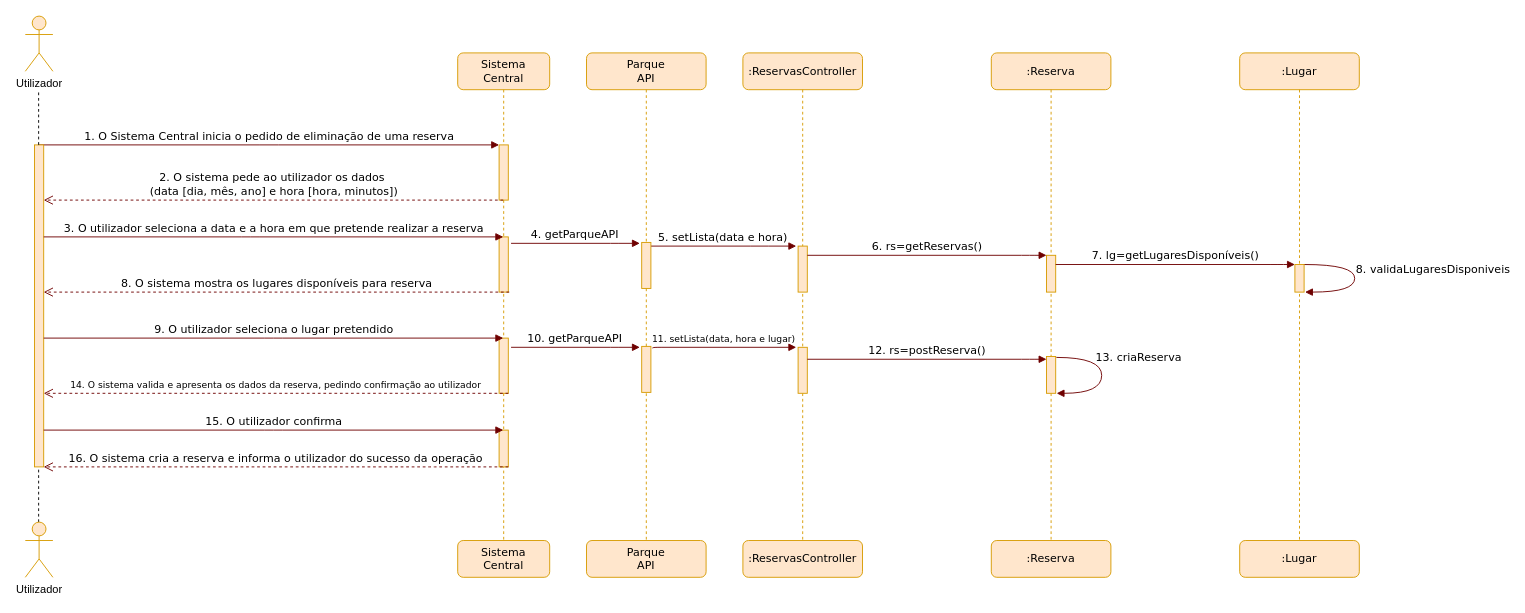
This is User Stories/UC11/DiagramaSequência_UC11.drawio from PauloTor/UPskillDOTNET, a draw.io file, before an edit. Source tidied: cells renumbered, new cells numbered last; positions are measured from the earlier drawing's top-left corner, leaving out a move shared by most shapes. Both pictures are drawn from the tidied source at 92%, with x=0, y=0 at pixel (25, 16).
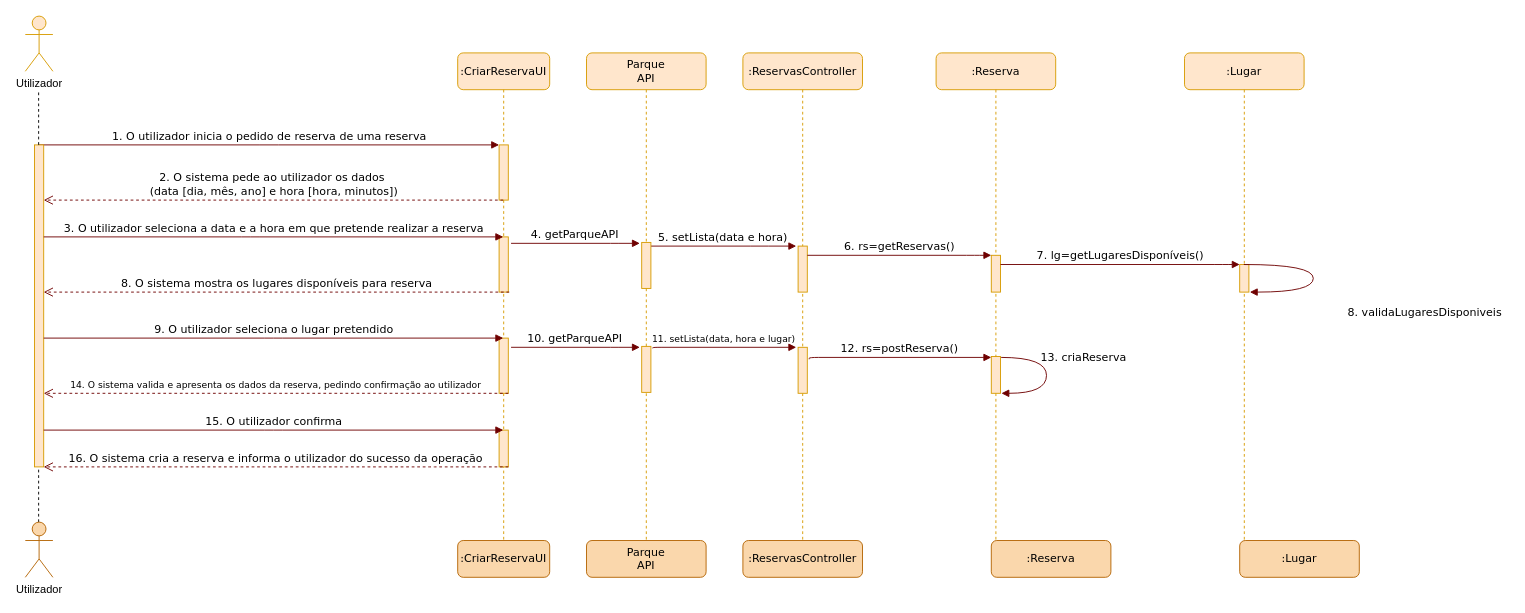
After the change.

Unchanged cells that the change refers to:
```xml
<mxCell id="3" style="html=1;points=[];perimeter=orthogonalPerimeter;rounded=0;shadow=0;comic=0;labelBackgroundColor=none;strokeWidth=1;fontFamily=Verdana;fontSize=12;align=center;fillColor=#ffe6cc;strokeColor=#d79b00;" parent="2" vertex="1">
  <mxGeometry x="45" y="100" width="10" height="60" as="geometry" />
</mxCell>
<mxCell id="13" style="html=1;points=[];perimeter=orthogonalPerimeter;rounded=0;shadow=0;comic=0;labelBackgroundColor=none;strokeWidth=1;fontFamily=Verdana;fontSize=12;align=center;fillColor=#ffe6cc;strokeColor=#d79b00;" parent="11" vertex="1">
  <mxGeometry x="60" y="320" width="10" height="50" as="geometry" />
</mxCell>
<mxCell id="23" style="html=1;points=[];perimeter=orthogonalPerimeter;rounded=0;shadow=0;comic=0;labelBackgroundColor=none;strokeWidth=1;fontFamily=Verdana;fontSize=12;align=center;fillColor=#ffe6cc;strokeColor=#d79b00;" parent="22" vertex="1">
  <mxGeometry x="60" y="230" width="10" height="30" as="geometry" />
</mxCell>
```

What changed in the source:
```diff
@@
-    <mxCell id="2" value="Sistema&lt;br&gt;Central" style="shape=umlLifeline;perimeter=lifelinePerimeter;whiteSpace=wrap;html=1;outlineConnect=0;rounded=1;shadow=0;comic=0;labelBackgroundColor=none;strokeWidth=1;fontFamily=Verdana;fontSize=12;align=center;fillColor=#ffe6cc;strokeColor=#d79b00;" parent="1" vertex="1">
+    <mxCell id="2" value=":CriarReservaUI" style="shape=umlLifeline;perimeter=lifelinePerimeter;whiteSpace=wrap;html=1;outlineConnect=0;rounded=1;shadow=0;comic=0;labelBackgroundColor=none;strokeWidth=1;fontFamily=Verdana;fontSize=12;align=center;fillColor=#ffe6cc;strokeColor=#d79b00;" parent="1" vertex="1">
       <mxGeometry x="470" y="40" width="100" height="530" as="geometry" />
     </mxCell>
@@
-    <mxCell id="8" value="1. O Sistema Central inicia o pedido de eliminação de uma reserva" style="html=1;verticalAlign=bottom;endArrow=block;entryX=0;entryY=0;labelBackgroundColor=none;fontFamily=Verdana;fontSize=12;edgeStyle=elbowEdgeStyle;elbow=vertical;fillColor=#a20025;strokeColor=#6F0000;" parent="1" edge="1" target="3">
+    <mxCell id="8" value="1. O utilizador inicia o pedido de reserva de uma reserva" style="html=1;verticalAlign=bottom;endArrow=block;entryX=0;entryY=0;labelBackgroundColor=none;fontFamily=Verdana;fontSize=12;edgeStyle=elbowEdgeStyle;elbow=vertical;fillColor=#a20025;strokeColor=#6F0000;" parent="1" edge="1" target="3">
       <mxGeometry relative="1" as="geometry">
         <mxPoint x="15" y="140" as="sourcePoint" />
       </mxGeometry>
     </mxCell>
-    <mxCell id="9" value="8. validaLugaresDisponiveis" style="html=1;verticalAlign=bottom;endArrow=block;labelBackgroundColor=none;fontFamily=Verdana;fontSize=12;elbow=vertical;edgeStyle=orthogonalEdgeStyle;curved=1;entryX=1.1;entryY=1;entryPerimeter=0;exitX=1.038;exitY=0.345;exitPerimeter=0;entryDx=0;entryDy=0;fillColor=#a20025;strokeColor=#6F0000;" parent="1" edge="1" target="23">
-      <mxGeometry x="0.01" y="85" relative="1" as="geometry">
-        <mxPoint x="1390" y="270" as="sourcePoint" />
-        <Array as="points">
-          <mxPoint x="1445" y="270" />
-          <mxPoint x="1445" y="300" />
-        </Array>
-      </mxGeometry>
-    </mxCell>
     <mxCell id="10" value="13. criaReserva" style="html=1;verticalAlign=bottom;endArrow=block;labelBackgroundColor=none;fontFamily=Verdana;fontSize=12;elbow=vertical;edgeStyle=orthogonalEdgeStyle;curved=1;exitX=1.066;exitY=0.713;exitPerimeter=0;fillColor=#a20025;strokeColor=#6F0000;" parent="1" edge="1">
       <mxGeometry x="-0.15" y="40" relative="1" as="geometry">
-        <mxPoint x="1120.7" y="371" as="sourcePoint" />
-        <mxPoint x="1121" y="410" as="targetPoint" />
+        <mxPoint x="1060.7" y="371" as="sourcePoint" />
+        <mxPoint x="1061" y="410" as="targetPoint" />
         <Array as="points">
-          <mxPoint x="1170" y="371.1" />
-          <mxPoint x="1170" y="410.1" />
+          <mxPoint x="1110" y="371.1" />
+          <mxPoint x="1110" y="410.1" />
         </Array>
       </mxGeometry>
     </mxCell>
@@
     <mxCell id="19" value=":Reserva" style="shape=umlLifeline;perimeter=lifelinePerimeter;whiteSpace=wrap;html=1;rounded=1;shadow=0;comic=0;labelBackgroundColor=none;strokeWidth=1;fontFamily=Verdana;fontSize=12;align=center;fillColor=#ffe6cc;strokeColor=#d79b00;" parent="1" vertex="1">
-      <mxGeometry x="1050" y="40" width="130" height="530" as="geometry" />
+      <mxGeometry x="990" y="40" width="130" height="530" as="geometry" />
     </mxCell>
@@
     <mxCell id="22" value=":Lugar" style="shape=umlLifeline;perimeter=lifelinePerimeter;whiteSpace=wrap;html=1;outlineConnect=0;rounded=1;shadow=0;comic=0;labelBackgroundColor=none;strokeWidth=1;fontFamily=Verdana;fontSize=12;align=center;fillColor=#ffe6cc;strokeColor=#d79b00;" parent="1" vertex="1">
-      <mxGeometry x="1320" y="40" width="130" height="540" as="geometry" />
+      <mxGeometry x="1260" y="40" width="130" height="540" as="geometry" />
     </mxCell>
@@
+    <mxCell id="9" value="8. validaLugaresDisponiveis" style="html=1;verticalAlign=bottom;endArrow=block;labelBackgroundColor=none;fontFamily=Verdana;fontSize=12;elbow=vertical;edgeStyle=orthogonalEdgeStyle;curved=1;entryX=1.1;entryY=1;entryPerimeter=0;entryDx=0;entryDy=0;fillColor=#a20025;strokeColor=#6F0000;" parent="22" edge="1" source="22" target="23">
+      <mxGeometry x="-0.13" y="60" relative="1" as="geometry">
+        <Array as="points">
+          <mxPoint x="140" y="230" />
+          <mxPoint x="140" y="260" />
+        </Array>
+        <mxPoint x="61" y="60" as="offset" />
+      </mxGeometry>
+    </mxCell>
@@
     <mxCell id="25" value="6. rs=getReservas()" style="html=1;verticalAlign=bottom;endArrow=block;labelBackgroundColor=none;fontFamily=Verdana;fontSize=12;edgeStyle=elbowEdgeStyle;elbow=vertical;fillColor=#a20025;strokeColor=#6F0000;" parent="1" edge="1">
       <mxGeometry relative="1" as="geometry">
         <mxPoint x="850" y="260" as="sourcePoint" />
-        <mxPoint x="1110" y="260" as="targetPoint" />
+        <mxPoint x="1050" y="260" as="targetPoint" />
         <Array as="points">
-          <mxPoint x="1093" y="260" />
-          <mxPoint x="1083" y="270" />
+          <mxPoint x="1033" y="260" />
+          <mxPoint x="1023" y="270" />
         </Array>
       </mxGeometry>
     </mxCell>
     <mxCell id="26" value="7. lg=getLugaresDisponíveis()" style="html=1;verticalAlign=bottom;endArrow=block;labelBackgroundColor=none;fontFamily=Verdana;fontSize=12;edgeStyle=elbowEdgeStyle;elbow=vertical;fillColor=#a20025;strokeColor=#6F0000;" parent="1" edge="1">
       <mxGeometry relative="1" as="geometry">
-        <mxPoint x="1120" y="270" as="sourcePoint" />
-        <mxPoint x="1380" y="270" as="targetPoint" />
+        <mxPoint x="1060" y="270" as="sourcePoint" />
+        <mxPoint x="1320" y="270" as="targetPoint" />
         <Array as="points">
-          <mxPoint x="1363" y="270" />
-          <mxPoint x="1353" y="280" />
+          <mxPoint x="1303" y="270" />
+          <mxPoint x="1293" y="280" />
         </Array>
       </mxGeometry>
     </mxCell>
@@
-    <mxCell id="32" value="12. rs=postReserva()" style="html=1;verticalAlign=bottom;endArrow=block;labelBackgroundColor=none;fontFamily=Verdana;fontSize=12;edgeStyle=elbowEdgeStyle;elbow=vertical;fillColor=#a20025;strokeColor=#6F0000;" parent="1" edge="1">
+    <mxCell id="32" value="12. rs=postReserva()" style="html=1;verticalAlign=bottom;endArrow=block;labelBackgroundColor=none;fontFamily=Verdana;fontSize=12;edgeStyle=elbowEdgeStyle;elbow=vertical;fillColor=#a20025;strokeColor=#6F0000;exitX=1.2;exitY=0.26;exitDx=0;exitDy=0;exitPerimeter=0;" parent="1" edge="1" source="13">
       <mxGeometry relative="1" as="geometry">
-        <mxPoint x="850" y="373" as="sourcePoint" />
-        <mxPoint x="1110" y="373" as="targetPoint" />
+        <mxPoint x="1050" y="371" as="targetPoint" />
         <Array as="points">
-          <mxPoint x="1093" y="373" />
-          <mxPoint x="1083" y="383" />
+          <mxPoint x="1033" y="371" />
+          <mxPoint x="1023" y="381" />
         </Array>
       </mxGeometry>
     </mxCell>
@@
-    <mxCell id="34" value="Utilizador" style="shape=umlActor;verticalLabelPosition=bottom;verticalAlign=top;html=1;fillColor=#ffe6cc;strokeColor=#d79b00;" parent="1" vertex="1">
+    <mxCell id="34" value="Utilizador" style="shape=umlActor;verticalLabelPosition=bottom;verticalAlign=top;html=1;fillColor=#fad7ac;strokeColor=#b46504;" parent="1" vertex="1">
       <mxGeometry y="550" width="30" height="60" as="geometry" />
     </mxCell>
-    <mxCell id="35" value="Sistema&lt;br&gt;Central" style="shape=umlLifeline;perimeter=lifelinePerimeter;whiteSpace=wrap;html=1;rounded=1;shadow=0;comic=0;labelBackgroundColor=none;strokeWidth=1;fontFamily=Verdana;fontSize=12;align=center;fillColor=#ffe6cc;strokeColor=#d79b00;" parent="1" vertex="1">
+    <mxCell id="35" value=":CriarReservaUI" style="shape=umlLifeline;perimeter=lifelinePerimeter;whiteSpace=wrap;html=1;rounded=1;shadow=0;comic=0;labelBackgroundColor=none;strokeWidth=1;fontFamily=Verdana;fontSize=12;align=center;fillColor=#fad7ac;strokeColor=#b46504;" parent="1" vertex="1">
       <mxGeometry x="470" y="570" width="100" height="40" as="geometry" />
     </mxCell>
-    <mxCell id="36" value=":ReservasController" style="shape=umlLifeline;perimeter=lifelinePerimeter;whiteSpace=wrap;html=1;rounded=1;shadow=0;comic=0;labelBackgroundColor=none;strokeWidth=1;fontFamily=Verdana;fontSize=12;align=center;fillColor=#ffe6cc;strokeColor=#d79b00;" parent="1" vertex="1">
+    <mxCell id="36" value=":ReservasController" style="shape=umlLifeline;perimeter=lifelinePerimeter;whiteSpace=wrap;html=1;rounded=1;shadow=0;comic=0;labelBackgroundColor=none;strokeWidth=1;fontFamily=Verdana;fontSize=12;align=center;fillColor=#fad7ac;strokeColor=#b46504;" parent="1" vertex="1">
       <mxGeometry x="780" y="570" width="130" height="40" as="geometry" />
     </mxCell>
-    <mxCell id="37" value=":Reserva" style="shape=umlLifeline;perimeter=lifelinePerimeter;whiteSpace=wrap;html=1;rounded=1;shadow=0;comic=0;labelBackgroundColor=none;strokeWidth=1;fontFamily=Verdana;fontSize=12;align=center;fillColor=#ffe6cc;strokeColor=#d79b00;" parent="1" vertex="1">
+    <mxCell id="37" value=":Reserva" style="shape=umlLifeline;perimeter=lifelinePerimeter;whiteSpace=wrap;html=1;rounded=1;shadow=0;comic=0;labelBackgroundColor=none;strokeWidth=1;fontFamily=Verdana;fontSize=12;align=center;fillColor=#fad7ac;strokeColor=#b46504;" parent="1" vertex="1">
       <mxGeometry x="1050" y="570" width="130" height="40" as="geometry" />
     </mxCell>
-    <mxCell id="38" value=":Lugar" style="shape=umlLifeline;perimeter=lifelinePerimeter;whiteSpace=wrap;html=1;rounded=1;shadow=0;comic=0;labelBackgroundColor=none;strokeWidth=1;fontFamily=Verdana;fontSize=12;align=center;fillColor=#ffe6cc;strokeColor=#d79b00;" parent="1" vertex="1">
+    <mxCell id="38" value=":Lugar" style="shape=umlLifeline;perimeter=lifelinePerimeter;whiteSpace=wrap;html=1;rounded=1;shadow=0;comic=0;labelBackgroundColor=none;strokeWidth=1;fontFamily=Verdana;fontSize=12;align=center;fillColor=#fad7ac;strokeColor=#b46504;" parent="1" vertex="1">
       <mxGeometry x="1320" y="570" width="130" height="40" as="geometry" />
     </mxCell>
@@
-    <mxCell id="42" value="Parque&lt;br&gt;API" style="shape=umlLifeline;perimeter=lifelinePerimeter;whiteSpace=wrap;html=1;rounded=1;shadow=0;comic=0;labelBackgroundColor=none;strokeWidth=1;fontFamily=Verdana;fontSize=12;align=center;fillColor=#ffe6cc;strokeColor=#d79b00;" parent="1" vertex="1">
+    <mxCell id="42" value="Parque&lt;br&gt;API" style="shape=umlLifeline;perimeter=lifelinePerimeter;whiteSpace=wrap;html=1;rounded=1;shadow=0;comic=0;labelBackgroundColor=none;strokeWidth=1;fontFamily=Verdana;fontSize=12;align=center;fillColor=#fad7ac;strokeColor=#b46504;" parent="1" vertex="1">
       <mxGeometry x="610" y="570" width="130" height="40" as="geometry" />
     </mxCell>
```
